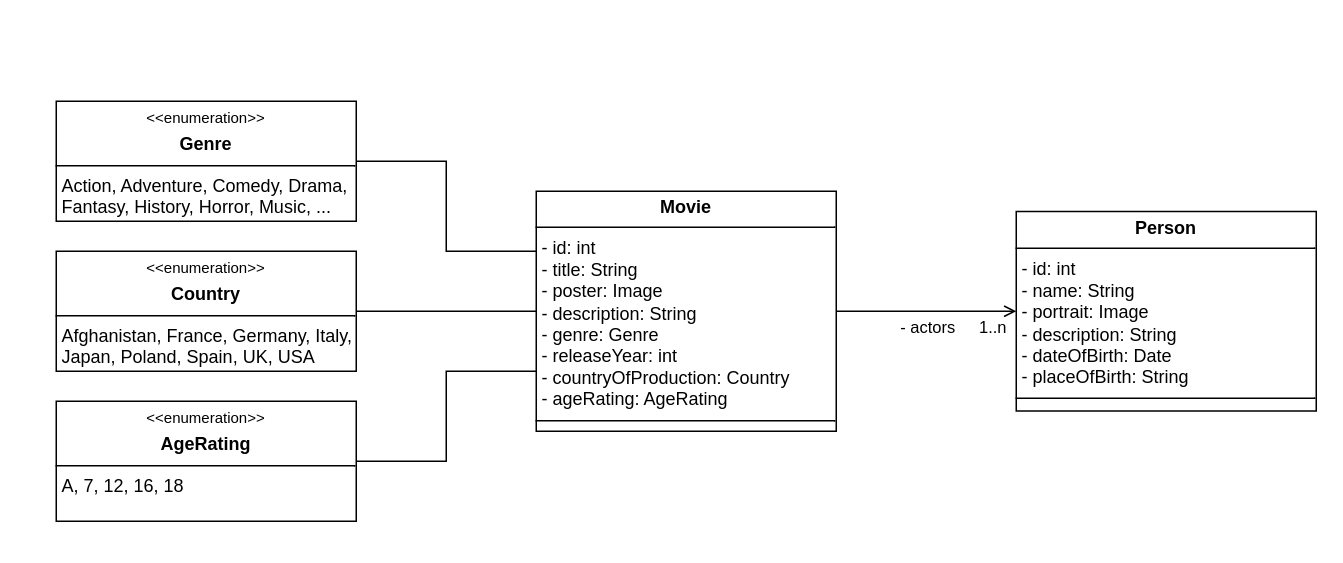
Earlier version of the draw.io diagram documentation/uml/uml_entities.drawio (CodeURJC-FW-2025-26/webapp04). Source tidied: cells renumbered, new cells numbered last; positions are measured from the earlier drawing's top-left corner, leaving out a move shared by most shapes. Both pictures are drawn from the tidied source at 150%, with x=0, y=0 at pixel (56, 100).
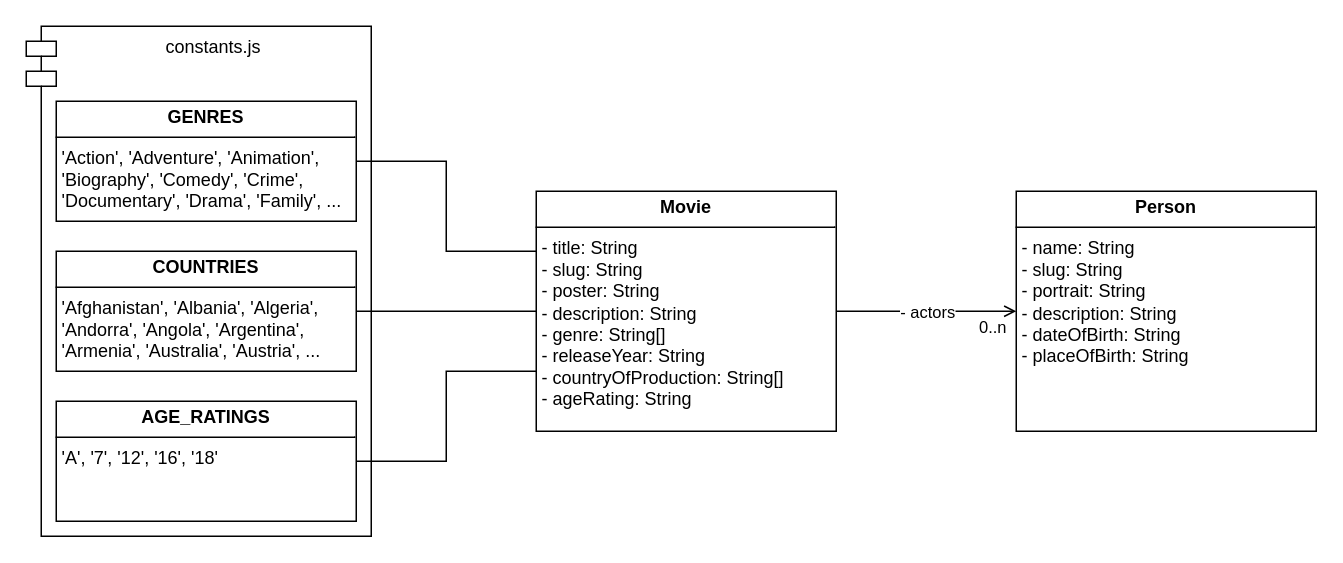
After the change.

What changed in the source:
```diff
@@
 <mxGraphModel>
   <root>
     <mxCell id="0" />
     <mxCell id="1" parent="0" />
+    <mxCell id="13" value="constants.js" style="shape=module;align=left;spacingLeft=20;align=center;verticalAlign=top;whiteSpace=wrap;html=1;" parent="1" vertex="1">
+      <mxGeometry x="-20" y="-50" width="230" height="340" as="geometry" />
+    </mxCell>
     <mxCell id="2" style="edgeStyle=orthogonalEdgeStyle;rounded=0;jettySize=auto;html=1;endArrow=open;startFill=0;endFill=0;" parent="1" edge="1" source="5" target="6">
       <mxGeometry relative="1" as="geometry">
         <Array as="points">
           <mxPoint x="513" y="138" />
           <mxPoint x="513" y="138" />
         </Array>
       </mxGeometry>
     </mxCell>
     <mxCell id="3" value="- actors" style="edgeLabel;html=1;align=center;verticalAlign=middle;" parent="2" vertex="1">
-      <mxGeometry y="-10" relative="1" as="geometry" />
+      <mxGeometry relative="1" as="geometry" />
     </mxCell>
-    <mxCell id="4" value="1..n" style="edgeLabel;html=1;align=right;verticalAlign=middle;" parent="2" vertex="1">
+    <mxCell id="4" value="0..n" style="edgeLabel;html=1;align=right;verticalAlign=middle;" parent="2" vertex="1">
       <mxGeometry x="0.9" y="-10" relative="1" as="geometry" />
     </mxCell>
-    <mxCell id="5" value="&lt;p style=&quot;margin:0px;margin-top:4px;text-align:center;&quot;&gt;&lt;b&gt;Movie&lt;/b&gt;&lt;/p&gt;&lt;hr size=&quot;1&quot; style=&quot;border-style:solid;&quot;&gt;&lt;p style=&quot;margin:0px;margin-left:4px;&quot;&gt;- id: int&lt;/p&gt;&lt;p style=&quot;margin:0px;margin-left:4px;&quot;&gt;- title: String&lt;/p&gt;&lt;p style=&quot;margin:0px;margin-left:4px;&quot;&gt;- poster: Image&lt;/p&gt;&lt;p style=&quot;margin:0px;margin-left:4px;&quot;&gt;- description: String&lt;/p&gt;&lt;p style=&quot;margin:0px;margin-left:4px;&quot;&gt;- genre: Genre&lt;/p&gt;&lt;p style=&quot;margin:0px;margin-left:4px;&quot;&gt;- releaseYear: int&lt;/p&gt;&lt;p style=&quot;margin:0px;margin-left:4px;&quot;&gt;- countryOfProduction: Country&lt;/p&gt;&lt;p style=&quot;margin:0px;margin-left:4px;&quot;&gt;- ageRating: AgeRating&lt;/p&gt;&lt;hr size=&quot;1&quot; style=&quot;border-style:solid;&quot;&gt;&lt;p style=&quot;margin:0px;margin-left:4px;&quot;&gt;&lt;br&gt;&lt;/p&gt;" style="verticalAlign=top;align=left;overflow=fill;html=1;whiteSpace=wrap;" parent="1" vertex="1">
+    <mxCell id="5" value="&lt;p style=&quot;margin:0px;margin-top:4px;text-align:center;&quot;&gt;&lt;b&gt;Movie&lt;/b&gt;&lt;/p&gt;&lt;hr size=&quot;1&quot; style=&quot;border-style:solid;&quot;&gt;&lt;p style=&quot;margin:0px;margin-left:4px;&quot;&gt;- title: String&lt;/p&gt;&lt;p style=&quot;margin:0px;margin-left:4px;&quot;&gt;- slug: String&lt;/p&gt;&lt;p style=&quot;margin:0px;margin-left:4px;&quot;&gt;- poster: String&lt;/p&gt;&lt;p style=&quot;margin:0px;margin-left:4px;&quot;&gt;- description: String&lt;/p&gt;&lt;p style=&quot;margin:0px;margin-left:4px;&quot;&gt;- genre: String[]&lt;/p&gt;&lt;p style=&quot;margin:0px;margin-left:4px;&quot;&gt;- releaseYear: String&lt;/p&gt;&lt;p style=&quot;margin:0px;margin-left:4px;&quot;&gt;- countryOfProduction: String[]&lt;/p&gt;&lt;p style=&quot;margin:0px;margin-left:4px;&quot;&gt;- ageRating: String&lt;/p&gt;" style="verticalAlign=top;align=left;overflow=fill;html=1;whiteSpace=wrap;" parent="1" vertex="1">
       <mxGeometry x="320" y="60" width="200" height="160" as="geometry" />
     </mxCell>
-    <mxCell id="6" value="&lt;p style=&quot;margin:0px;margin-top:4px;text-align:center;&quot;&gt;&lt;b&gt;Person&lt;/b&gt;&lt;/p&gt;&lt;hr size=&quot;1&quot; style=&quot;border-style:solid;&quot;&gt;&lt;p style=&quot;margin:0px;margin-left:4px;&quot;&gt;- id: int&lt;/p&gt;&lt;p style=&quot;margin:0px;margin-left:4px;&quot;&gt;- name: String&lt;/p&gt;&lt;p style=&quot;margin:0px;margin-left:4px;&quot;&gt;- portrait: Image&lt;/p&gt;&lt;p style=&quot;margin:0px;margin-left:4px;&quot;&gt;- description: String&lt;/p&gt;&lt;p style=&quot;margin:0px;margin-left:4px;&quot;&gt;- dateOfBirth: Date&lt;/p&gt;&lt;p style=&quot;margin:0px;margin-left:4px;&quot;&gt;- placeOfBirth: String&lt;/p&gt;&lt;hr size=&quot;1&quot; style=&quot;border-style:solid;&quot;&gt;&lt;p style=&quot;margin:0px;margin-left:4px;&quot;&gt;&lt;br&gt;&lt;/p&gt;" style="verticalAlign=top;align=left;overflow=fill;html=1;whiteSpace=wrap;" parent="1" vertex="1">
-      <mxGeometry x="640" y="73.5" width="200" height="133" as="geometry" />
+    <mxCell id="6" value="&lt;p style=&quot;margin:0px;margin-top:4px;text-align:center;&quot;&gt;&lt;b&gt;Person&lt;/b&gt;&lt;/p&gt;&lt;hr size=&quot;1&quot; style=&quot;border-style:solid;&quot;&gt;&lt;p style=&quot;margin:0px;margin-left:4px;&quot;&gt;- name: String&lt;/p&gt;&lt;p style=&quot;margin:0px;margin-left:4px;&quot;&gt;- slug: String&lt;/p&gt;&lt;p style=&quot;margin:0px;margin-left:4px;&quot;&gt;&lt;span style=&quot;background-color: transparent; color: light-dark(rgb(0, 0, 0), rgb(255, 255, 255));&quot;&gt;- portrait:&amp;nbsp;&lt;/span&gt;&lt;span style=&quot;background-color: transparent; color: light-dark(rgb(0, 0, 0), rgb(255, 255, 255));&quot;&gt;String&lt;/span&gt;&lt;/p&gt;&lt;p style=&quot;margin:0px;margin-left:4px;&quot;&gt;- description: String&lt;/p&gt;&lt;p style=&quot;margin:0px;margin-left:4px;&quot;&gt;- dateOfBirth:&amp;nbsp;&lt;span style=&quot;background-color: transparent; color: light-dark(rgb(0, 0, 0), rgb(255, 255, 255));&quot;&gt;String&lt;/span&gt;&lt;/p&gt;&lt;p style=&quot;margin:0px;margin-left:4px;&quot;&gt;- placeOfBirth:&amp;nbsp;&lt;span style=&quot;background-color: transparent; color: light-dark(rgb(0, 0, 0), rgb(255, 255, 255));&quot;&gt;String&lt;/span&gt;&lt;/p&gt;" style="verticalAlign=top;align=left;overflow=fill;html=1;whiteSpace=wrap;" parent="1" vertex="1">
+      <mxGeometry x="640" y="60" width="200" height="160" as="geometry" />
     </mxCell>
     <mxCell id="7" style="edgeStyle=orthogonalEdgeStyle;rounded=0;jettySize=auto;html=1;entryX=0;entryY=0.25;entryDx=0;entryDy=0;endArrow=none;startFill=0;" parent="1" edge="1" source="8" target="5">
       <mxGeometry relative="1" as="geometry" />
     </mxCell>
-    <mxCell id="8" value="&lt;p style=&quot;margin:0px;margin-top:4px;text-align:center;&quot;&gt;&lt;font style=&quot;font-size: 10px;&quot;&gt;&amp;lt;&amp;lt;enumeration&amp;gt;&amp;gt;&lt;/font&gt;&lt;/p&gt;&lt;p style=&quot;margin:0px;margin-top:4px;text-align:center;&quot;&gt;&lt;b&gt;Genre&lt;/b&gt;&lt;/p&gt;&lt;hr size=&quot;1&quot; style=&quot;border-style:solid;&quot;&gt;&lt;p style=&quot;margin:0px;margin-left:4px;&quot;&gt;Action, Adventure,&amp;nbsp;&lt;span style=&quot;background-color: transparent; color: light-dark(rgb(0, 0, 0), rgb(255, 255, 255));&quot;&gt;Comedy, Drama, Fantasy, History,&amp;nbsp;&lt;/span&gt;&lt;span style=&quot;background-color: transparent; color: light-dark(rgb(0, 0, 0), rgb(255, 255, 255));&quot;&gt;Horror, Music, ...&lt;/span&gt;&lt;/p&gt;" style="verticalAlign=top;align=left;overflow=fill;html=1;whiteSpace=wrap;" parent="1" vertex="1">
+    <mxCell id="8" value="&lt;p style=&quot;margin:0px;margin-top:4px;text-align:center;&quot;&gt;&lt;span style=&quot;background-color: transparent; color: light-dark(rgb(0, 0, 0), rgb(255, 255, 255));&quot;&gt;&lt;b&gt;GENRES&lt;/b&gt;&lt;/span&gt;&lt;/p&gt;&lt;hr size=&quot;1&quot; style=&quot;border-style:solid;&quot;&gt;&lt;p style=&quot;margin:0px;margin-left:4px;&quot;&gt;'Action', 'Adventure', 'Animation', 'Biography', 'Comedy', 'Crime', 'Documentary', 'Drama', 'Family', ...&lt;/p&gt;" style="verticalAlign=top;align=left;overflow=fill;html=1;whiteSpace=wrap;" parent="1" vertex="1">
       <mxGeometry width="200" height="80" as="geometry" />
     </mxCell>
     <mxCell id="9" style="edgeStyle=orthogonalEdgeStyle;rounded=0;jettySize=auto;html=1;entryX=0;entryY=0.5;entryDx=0;entryDy=0;endArrow=none;startFill=0;" parent="1" edge="1" source="10" target="5">
       <mxGeometry relative="1" as="geometry" />
     </mxCell>
-    <mxCell id="10" value="&lt;p style=&quot;margin:0px;margin-top:4px;text-align:center;&quot;&gt;&lt;font style=&quot;font-size: 10px;&quot;&gt;&amp;lt;&amp;lt;enumeration&amp;gt;&amp;gt;&lt;/font&gt;&lt;/p&gt;&lt;p style=&quot;margin:0px;margin-top:4px;text-align:center;&quot;&gt;&lt;b&gt;Country&lt;/b&gt;&lt;/p&gt;&lt;hr size=&quot;1&quot; style=&quot;border-style:solid;&quot;&gt;&lt;p style=&quot;margin:0px;margin-left:4px;&quot;&gt;Afghanistan,&amp;nbsp;&lt;span style=&quot;background-color: transparent; color: light-dark(rgb(0, 0, 0), rgb(255, 255, 255));&quot;&gt;France,&amp;nbsp;&lt;/span&gt;&lt;span style=&quot;background-color: transparent; color: light-dark(rgb(0, 0, 0), rgb(255, 255, 255));&quot;&gt;Germany,&amp;nbsp;&lt;/span&gt;&lt;span style=&quot;background-color: transparent; color: light-dark(rgb(0, 0, 0), rgb(255, 255, 255));&quot;&gt;Italy,&lt;/span&gt;&lt;/p&gt;&lt;p style=&quot;margin:0px;margin-left:4px;&quot;&gt;Japan, Poland, Spain, UK, USA&lt;/p&gt;" style="verticalAlign=top;align=left;overflow=fill;html=1;whiteSpace=wrap;" parent="1" vertex="1">
+    <mxCell id="10" value="&lt;p style=&quot;margin:0px;margin-top:4px;text-align:center;&quot;&gt;&lt;b style=&quot;background-color: transparent; color: light-dark(rgb(0, 0, 0), rgb(255, 255, 255));&quot;&gt;COUNTRIES&lt;/b&gt;&lt;/p&gt;&lt;hr size=&quot;1&quot; style=&quot;border-style:solid;&quot;&gt;&lt;p style=&quot;margin:0px;margin-left:4px;&quot;&gt;'Afghanistan', 'Albania', 'Algeria', 'Andorra', 'Angola', 'Argentina', 'Armenia',&amp;nbsp;'Australia', 'Austria', ...&lt;/p&gt;" style="verticalAlign=top;align=left;overflow=fill;html=1;whiteSpace=wrap;" parent="1" vertex="1">
       <mxGeometry y="100" width="200" height="80" as="geometry" />
     </mxCell>
     <mxCell id="11" style="edgeStyle=orthogonalEdgeStyle;rounded=0;jettySize=auto;html=1;entryX=0;entryY=0.75;entryDx=0;entryDy=0;endArrow=none;startFill=0;" parent="1" edge="1" source="12" target="5">
       <mxGeometry relative="1" as="geometry" />
     </mxCell>
-    <mxCell id="12" value="&lt;p style=&quot;margin:0px;margin-top:4px;text-align:center;&quot;&gt;&lt;font style=&quot;font-size: 10px;&quot;&gt;&amp;lt;&amp;lt;enumeration&amp;gt;&amp;gt;&lt;/font&gt;&lt;/p&gt;&lt;p style=&quot;margin:0px;margin-top:4px;text-align:center;&quot;&gt;&lt;b&gt;AgeRating&lt;/b&gt;&lt;/p&gt;&lt;hr size=&quot;1&quot; style=&quot;border-style:solid;&quot;&gt;&lt;p style=&quot;margin:0px;margin-left:4px;&quot;&gt;A, 7, 12, 1&lt;span style=&quot;background-color: transparent; color: light-dark(rgb(0, 0, 0), rgb(255, 255, 255));&quot;&gt;6,&amp;nbsp;&lt;/span&gt;&lt;span style=&quot;background-color: transparent; color: light-dark(rgb(0, 0, 0), rgb(255, 255, 255));&quot;&gt;18&lt;/span&gt;&lt;/p&gt;" style="verticalAlign=top;align=left;overflow=fill;html=1;whiteSpace=wrap;" parent="1" vertex="1">
+    <mxCell id="12" value="&lt;p style=&quot;margin:0px;margin-top:4px;text-align:center;&quot;&gt;&lt;b style=&quot;background-color: transparent; color: light-dark(rgb(0, 0, 0), rgb(255, 255, 255));&quot;&gt;AGE_RATINGS&lt;/b&gt;&lt;/p&gt;&lt;hr size=&quot;1&quot; style=&quot;border-style:solid;&quot;&gt;&lt;p style=&quot;margin:0px;margin-left:4px;&quot;&gt;'A', '7', '12', '16', '18'&lt;/p&gt;" style="verticalAlign=top;align=left;overflow=fill;html=1;whiteSpace=wrap;" parent="1" vertex="1">
       <mxGeometry y="200" width="200" height="80" as="geometry" />
     </mxCell>
   </root>
 </mxGraphModel>
```
